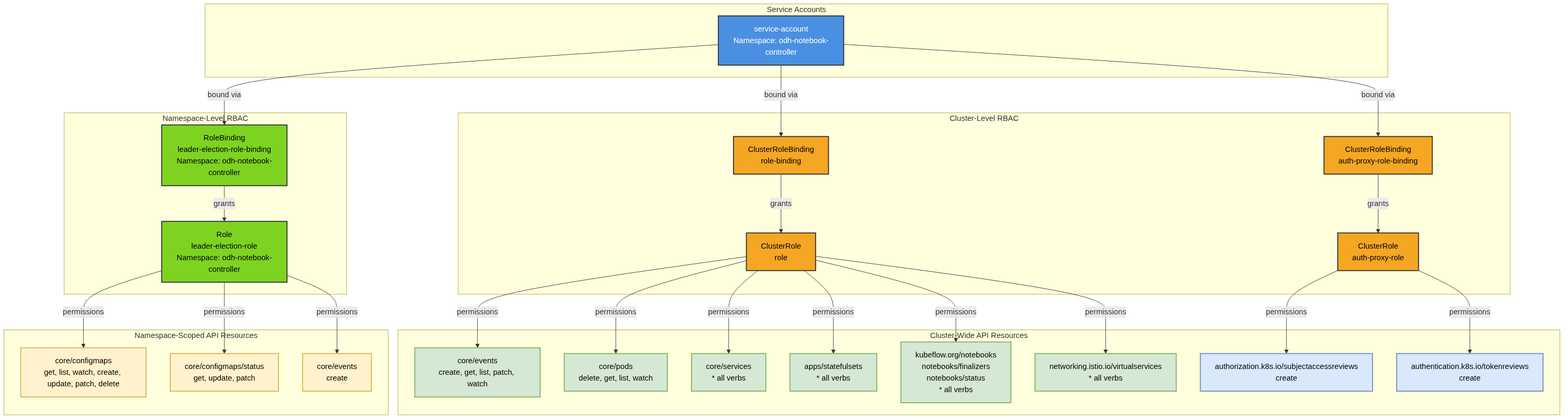
Before: architecture/rhoai-3.2/diagrams/kubeflow-rbac.png, a diagram exported from Mermaid (rhuss/architecture-context). Its source is kept beside it as architecture/rhoai-3.2/diagrams/kubeflow-rbac.mmd. Source of this version:
```mermaid
graph TD
    subgraph "Service Accounts"
        SA[service-account<br/>Namespace: odh-notebook-controller]
    end

    subgraph "Cluster-Level RBAC"
        CRB1[ClusterRoleBinding<br/>role-binding]
        CRB2[ClusterRoleBinding<br/>auth-proxy-role-binding]
        CR1[ClusterRole<br/>role]
        CR2[ClusterRole<br/>auth-proxy-role]
    end

    subgraph "Namespace-Level RBAC"
        RB1[RoleBinding<br/>leader-election-role-binding<br/>Namespace: odh-notebook-controller]
        R1[Role<br/>leader-election-role<br/>Namespace: odh-notebook-controller]
    end

    subgraph "Cluster-Wide API Resources"
        Events[core/events<br/>create, get, list, patch, watch]
        Pods[core/pods<br/>delete, get, list, watch]
        Services[core/services<br/>* all verbs]
        StatefulSets[apps/statefulsets<br/>* all verbs]
        Notebooks[kubeflow.org/notebooks<br/>notebooks/finalizers<br/>notebooks/status<br/>* all verbs]
        VirtualServices[networking.istio.io/virtualservices<br/>* all verbs]
        SubjectAccessReviews[authorization.k8s.io/subjectaccessreviews<br/>create]
        TokenReviews[authentication.k8s.io/tokenreviews<br/>create]
    end

    subgraph "Namespace-Scoped API Resources"
        ConfigMaps[core/configmaps<br/>get, list, watch, create, update, patch, delete]
        ConfigMapsStatus[core/configmaps/status<br/>get, update, patch]
        EventsNS[core/events<br/>create]
    end

    SA -->|bound via| CRB1
    SA -->|bound via| CRB2
    SA -->|bound via| RB1

    CRB1 -->|grants| CR1
    CRB2 -->|grants| CR2

    RB1 -->|grants| R1

    CR1 -->|permissions| Events
    CR1 -->|permissions| Pods
    CR1 -->|permissions| Services
    CR1 -->|permissions| StatefulSets
    CR1 -->|permissions| Notebooks
    CR1 -->|permissions| VirtualServices

    CR2 -->|permissions| SubjectAccessReviews
    CR2 -->|permissions| TokenReviews

    R1 -->|permissions| ConfigMaps
    R1 -->|permissions| ConfigMapsStatus
    R1 -->|permissions| EventsNS

    style SA fill:#4a90e2,stroke:#333,stroke-width:2px,color:#fff
    style CRB1 fill:#f5a623,stroke:#333,stroke-width:2px,color:#000
    style CRB2 fill:#f5a623,stroke:#333,stroke-width:2px,color:#000
    style CR1 fill:#f5a623,stroke:#333,stroke-width:2px,color:#000
    style CR2 fill:#f5a623,stroke:#333,stroke-width:2px,color:#000
    style RB1 fill:#7ed321,stroke:#333,stroke-width:2px,color:#000
    style R1 fill:#7ed321,stroke:#333,stroke-width:2px,color:#000
    style Events fill:#d5e8d4,stroke:#82b366,stroke-width:2px,color:#000
    style Pods fill:#d5e8d4,stroke:#82b366,stroke-width:2px,color:#000
    style Services fill:#d5e8d4,stroke:#82b366,stroke-width:2px,color:#000
    style StatefulSets fill:#d5e8d4,stroke:#82b366,stroke-width:2px,color:#000
    style Notebooks fill:#d5e8d4,stroke:#82b366,stroke-width:2px,color:#000
    style VirtualServices fill:#d5e8d4,stroke:#82b366,stroke-width:2px,color:#000
    style SubjectAccessReviews fill:#dae8fc,stroke:#6c8ebf,stroke-width:2px,color:#000
    style TokenReviews fill:#dae8fc,stroke:#6c8ebf,stroke-width:2px,color:#000
    style ConfigMaps fill:#fff2cc,stroke:#d6b656,stroke-width:2px,color:#000
    style ConfigMapsStatus fill:#fff2cc,stroke:#d6b656,stroke-width:2px,color:#000
    style EventsNS fill:#fff2cc,stroke:#d6b656,stroke-width:2px,color:#000
```
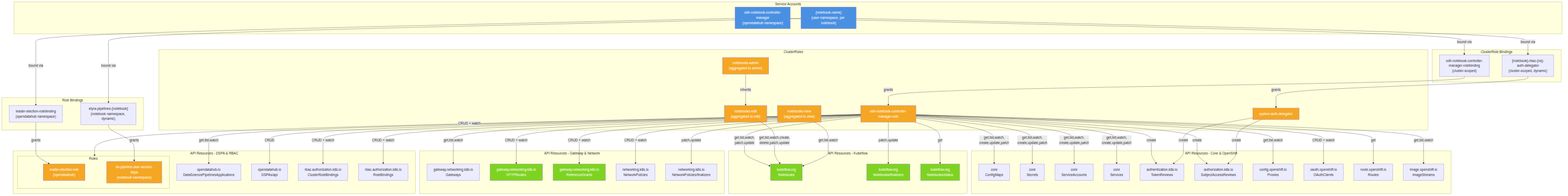
Later version of the same file.

Change to the diagram source:
```diff
@@ -1,75 +1,120 @@
+
 graph TD
     subgraph "Service Accounts"
-        SA[service-account<br/>Namespace: odh-notebook-controller]
+        SA_Controller["odh-notebook-controller-manager<br/>(opendatahub namespace)"]
+        SA_Notebook["{notebook-name}<br/>(user namespace, per notebook)"]
     end
 
-    subgraph "Cluster-Level RBAC"
-        CRB1[ClusterRoleBinding<br/>role-binding]
-        CRB2[ClusterRoleBinding<br/>auth-proxy-role-binding]
-        CR1[ClusterRole<br/>role]
-        CR2[ClusterRole<br/>auth-proxy-role]
+    subgraph "ClusterRole Bindings"
+        CRB_Main["odh-notebook-controller-<br/>manager-rolebinding<br/>(cluster-scoped)"]
+        CRB_AuthDelegator["{notebook}-rbac-{ns}-<br/>auth-delegator<br/>(cluster-scoped, dynamic)"]
     end
 
-    subgraph "Namespace-Level RBAC"
-        RB1[RoleBinding<br/>leader-election-role-binding<br/>Namespace: odh-notebook-controller]
-        R1[Role<br/>leader-election-role<br/>Namespace: odh-notebook-controller]
+    subgraph "Role Bindings"
+        RB_Leader["leader-election-rolebinding<br/>(opendatahub namespace)"]
+        RB_Elyra["elyra-pipelines-{notebook}<br/>(notebook namespace, dynamic)"]
     end
 
-    subgraph "Cluster-Wide API Resources"
-        Events[core/events<br/>create, get, list, patch, watch]
-        Pods[core/pods<br/>delete, get, list, watch]
-        Services[core/services<br/>* all verbs]
-        StatefulSets[apps/statefulsets<br/>* all verbs]
-        Notebooks[kubeflow.org/notebooks<br/>notebooks/finalizers<br/>notebooks/status<br/>* all verbs]
-        VirtualServices[networking.istio.io/virtualservices<br/>* all verbs]
-        SubjectAccessReviews[authorization.k8s.io/subjectaccessreviews<br/>create]
-        TokenReviews[authentication.k8s.io/tokenreviews<br/>create]
+    subgraph "ClusterRoles"
+        CR_Main["odh-notebook-controller-manager-role"]
+        CR_AuthDelegator["system:auth-delegator"]
+        CR_Edit["notebooks-edit<br/>(aggregated to edit)"]
+        CR_View["notebooks-view<br/>(aggregated to view)"]
+        CR_Admin["notebooks-admin<br/>(aggregated to admin)"]
     end
 
-    subgraph "Namespace-Scoped API Resources"
-        ConfigMaps[core/configmaps<br/>get, list, watch, create, update, patch, delete]
-        ConfigMapsStatus[core/configmaps/status<br/>get, update, patch]
-        EventsNS[core/events<br/>create]
+    subgraph "Roles"
+        R_Leader["leader-election-role<br/>(opendatahub)"]
+        R_Pipeline["ds-pipeline-user-access-dspa<br/>(notebook namespace)"]
     end
 
-    SA -->|bound via| CRB1
-    SA -->|bound via| CRB2
-    SA -->|bound via| RB1
+    subgraph "API Resources - Core & OpenShift"
+        ConfigMaps["core<br/>ConfigMaps"]
+        Secrets["core<br/>Secrets"]
+        ServiceAccounts["core<br/>ServiceAccounts"]
+        Services["core<br/>Services"]
+        TokenReviews["authentication.k8s.io<br/>TokenReviews"]
+        SAR["authorization.k8s.io<br/>SubjectAccessReviews"]
+        Proxies["config.openshift.io<br/>Proxies"]
+        OAuthClients["oauth.openshift.io<br/>OAuthClients"]
+        Routes["route.openshift.io<br/>Routes"]
+        ImageStreamsRes["image.openshift.io<br/>ImageStreams"]
+    end
 
-    CRB1 -->|grants| CR1
-    CRB2 -->|grants| CR2
+    subgraph "API Resources - Kubeflow"
+        Notebooks["kubeflow.org<br/>Notebooks"]
+        NotebooksFinalizers["kubeflow.org<br/>Notebooks/finalizers"]
+        NotebooksStatus["kubeflow.org<br/>Notebooks/status"]
+    end
 
-    RB1 -->|grants| R1
+    subgraph "API Resources - Gateway & Network"
+        Gateways["gateway.networking.k8s.io<br/>Gateways"]
+        HTTPRoutes["gateway.networking.k8s.io<br/>HTTPRoutes"]
+        RefGrants["gateway.networking.k8s.io<br/>ReferenceGrants"]
+        NetPols["networking.k8s.io<br/>NetworkPolicies"]
+        NetPolsFinalizers["networking.k8s.io<br/>NetworkPolicies/finalizers"]
+    end
 
-    CR1 -->|permissions| Events
-    CR1 -->|permissions| Pods
-    CR1 -->|permissions| Services
-    CR1 -->|permissions| StatefulSets
-    CR1 -->|permissions| Notebooks
-    CR1 -->|permissions| VirtualServices
+    subgraph "API Resources - DSPA & RBAC"
+        DSPAs["opendatahub.io<br/>DataSciencePipelinesApplications"]
+        DSPAsAPI["opendatahub.io<br/>DSPAs/api"]
+        CRBs["rbac.authorization.k8s.io<br/>ClusterRoleBindings"]
+        RoleBindings["rbac.authorization.k8s.io<br/>RoleBindings"]
+        Roles["rbac.authorization.k8s.io<br/>Roles"]
+    end
 
-    CR2 -->|permissions| SubjectAccessReviews
-    CR2 -->|permissions| TokenReviews
+    SA_Controller -->|bound via| CRB_Main
+    SA_Controller -->|bound via| RB_Leader
+    CRB_Main -->|grants| CR_Main
+    RB_Leader -->|grants| R_Leader
 
-    R1 -->|permissions| ConfigMaps
-    R1 -->|permissions| ConfigMapsStatus
-    R1 -->|permissions| EventsNS
+    SA_Notebook -->|bound via| CRB_AuthDelegator
+    SA_Notebook -->|bound via| RB_Elyra
+    CRB_AuthDelegator -->|grants| CR_AuthDelegator
+    RB_Elyra -->|grants| R_Pipeline
 
-    style SA fill:#4a90e2,stroke:#333,stroke-width:2px,color:#fff
-    style CRB1 fill:#f5a623,stroke:#333,stroke-width:2px,color:#000
-    style CRB2 fill:#f5a623,stroke:#333,stroke-width:2px,color:#000
-    style CR1 fill:#f5a623,stroke:#333,stroke-width:2px,color:#000
-    style CR2 fill:#f5a623,stroke:#333,stroke-width:2px,color:#000
-    style RB1 fill:#7ed321,stroke:#333,stroke-width:2px,color:#000
-    style R1 fill:#7ed321,stroke:#333,stroke-width:2px,color:#000
-    style Events fill:#d5e8d4,stroke:#82b366,stroke-width:2px,color:#000
-    style Pods fill:#d5e8d4,stroke:#82b366,stroke-width:2px,color:#000
-    style Services fill:#d5e8d4,stroke:#82b366,stroke-width:2px,color:#000
-    style StatefulSets fill:#d5e8d4,stroke:#82b366,stroke-width:2px,color:#000
-    style Notebooks fill:#d5e8d4,stroke:#82b366,stroke-width:2px,color:#000
-    style VirtualServices fill:#d5e8d4,stroke:#82b366,stroke-width:2px,color:#000
-    style SubjectAccessReviews fill:#dae8fc,stroke:#6c8ebf,stroke-width:2px,color:#000
-    style TokenReviews fill:#dae8fc,stroke:#6c8ebf,stroke-width:2px,color:#000
-    style ConfigMaps fill:#fff2cc,stroke:#d6b656,stroke-width:2px,color:#000
-    style ConfigMapsStatus fill:#fff2cc,stroke:#d6b656,stroke-width:2px,color:#000
-    style EventsNS fill:#fff2cc,stroke:#d6b656,stroke-width:2px,color:#000
+    CR_Main -->|"get,list,watch,<br/>create,update,patch"| ConfigMaps
+    CR_Main -->|"get,list,watch,<br/>create,update,patch"| Secrets
+    CR_Main -->|"get,list,watch,<br/>create,update,patch"| ServiceAccounts
+    CR_Main -->|"get,list,watch,<br/>create,update,patch"| Services
+    CR_Main -->|create| TokenReviews
+    CR_Main -->|create| SAR
+    CR_Main -->|"get,list,watch"| Proxies
+    CR_Main -->|"get,list,watch"| DSPAs
+    CR_Main -->|"CRUD"| DSPAsAPI
+    CR_Main -->|"get,list,watch"| Gateways
+    CR_Main -->|"CRUD + watch"| HTTPRoutes
+    CR_Main -->|"CRUD + watch"| RefGrants
+    CR_Main -->|"get,list,watch"| ImageStreamsRes
+    CR_Main -->|"get,list,watch,<br/>patch,update"| Notebooks
+    CR_Main -->|"patch,update"| NotebooksFinalizers
+    CR_Main -->|get| NotebooksStatus
+    CR_Main -->|"CRUD + watch"| NetPols
+    CR_Main -->|"patch,update"| NetPolsFinalizers
+    CR_Main -->|"CRUD + watch"| OAuthClients
+    CR_Main -->|"CRUD + watch"| CRBs
+    CR_Main -->|"CRUD + watch"| RoleBindings
+    CR_Main -->|"CRUD + watch"| Roles
+    CR_Main -->|get| Routes
+
+    CR_Edit -->|"get,list,watch,create,<br/>delete,patch,update"| Notebooks
+    CR_View -->|"get,list,watch"| Notebooks
+    CR_Admin -->|inherits| CR_Edit
+
+    CR_AuthDelegator -->|create| TokenReviews
+    CR_AuthDelegator -->|create| SAR
+
+    style SA_Controller fill:#4a90e2,color:#fff
+    style SA_Notebook fill:#4a90e2,color:#fff
+    style CR_Main fill:#f5a623,color:#fff
+    style CR_AuthDelegator fill:#f5a623,color:#fff
+    style CR_Edit fill:#f5a623,color:#fff
+    style CR_View fill:#f5a623,color:#fff
+    style CR_Admin fill:#f5a623,color:#fff
+    style R_Leader fill:#f5a623,color:#fff
+    style R_Pipeline fill:#f5a623,color:#fff
+    style Notebooks fill:#7ed321,color:#fff
+    style NotebooksFinalizers fill:#7ed321,color:#fff
+    style NotebooksStatus fill:#7ed321,color:#fff
+    style HTTPRoutes fill:#7ed321,color:#fff
+    style RefGrants fill:#7ed321,color:#fff
```
